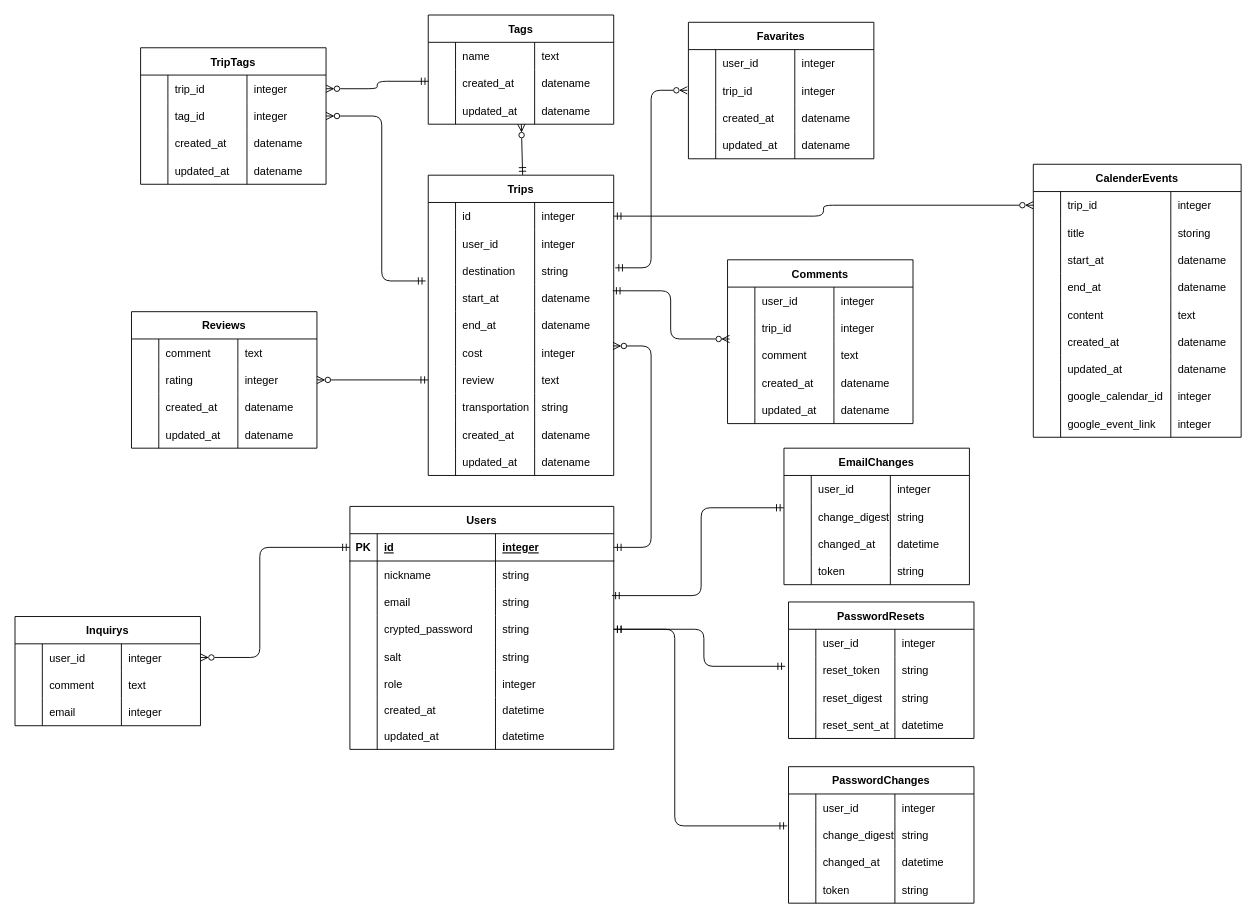
seki221/readme keeps this draw.io diagram as ER.dio. Above is the earlier version. Source tidied: cells renumbered, new cells numbered last; positions are measured from the earlier drawing's top-left corner, leaving out a move shared by most shapes. Both pictures are drawn from the tidied source at 91%, with x=0, y=0 at pixel (15, 15).
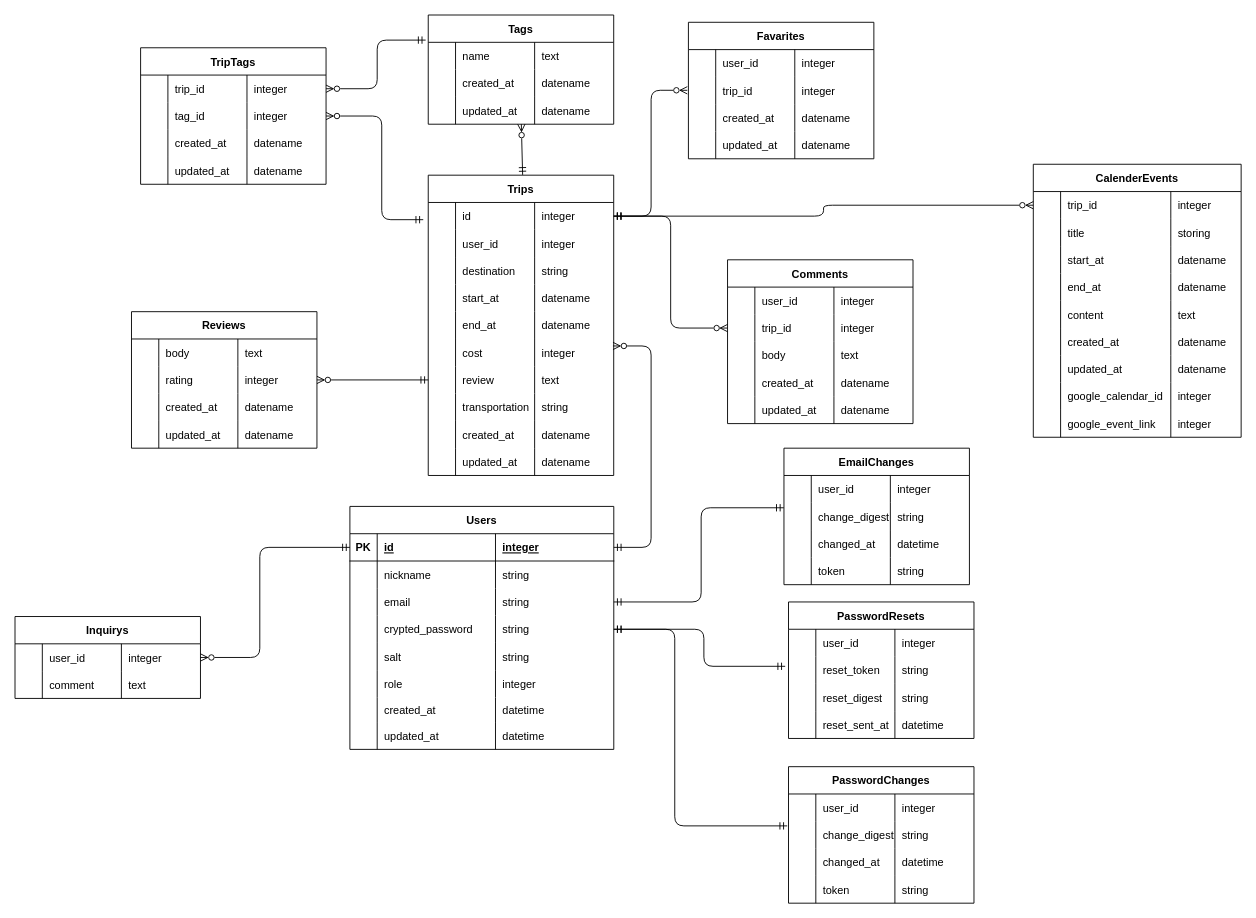
The same diagram, later.

The change refers to these unchanged cells:
```xml
<mxCell id="11" style="shape=tableRow;horizontal=0;startSize=0;swimlaneHead=0;swimlaneBody=0;fillColor=none;points=[[0,0.5],[1,0.5]];portConstraint=eastwest;top=0;left=0;right=0;bottom=0;" parent="2" vertex="1">
  <mxGeometry y="90" width="290" height="30" as="geometry" />
</mxCell>
<mxCell id="36" style="shape=tableRow;horizontal=0;startSize=0;swimlaneHead=0;swimlaneBody=0;fillColor=none;points=[[0,0.5],[1,0.5]];portConstraint=eastwest;top=0;left=0;right=0;bottom=0;" parent="35" vertex="1">
  <mxGeometry y="30" width="203.8" height="30" as="geometry" />
</mxCell>
<mxCell id="44" style="shape=tableRow;horizontal=0;startSize=0;swimlaneHead=0;swimlaneBody=0;fillColor=none;points=[[0,0.5],[1,0.5]];portConstraint=eastwest;top=0;left=0;right=0;bottom=0;" parent="35" vertex="1">
  <mxGeometry y="90" width="203.8" height="30" as="geometry" />
</mxCell>
<mxCell id="48" style="shape=tableRow;horizontal=0;startSize=0;swimlaneHead=0;swimlaneBody=0;fillColor=none;points=[[0,0.5],[1,0.5]];portConstraint=eastwest;top=0;left=0;right=0;bottom=0;" parent="35" vertex="1">
  <mxGeometry y="120" width="203.8" height="30" as="geometry" />
</mxCell>
<mxCell id="78" style="shape=tableRow;horizontal=0;startSize=0;swimlaneHead=0;swimlaneBody=0;fillColor=none;points=[[0,0.5],[1,0.5]];portConstraint=eastwest;top=0;left=0;right=0;bottom=0;" parent="77" vertex="1">
  <mxGeometry y="30" width="203.8" height="30" as="geometry" />
</mxCell>
<mxCell id="82" style="shape=tableRow;horizontal=0;startSize=0;swimlaneHead=0;swimlaneBody=0;fillColor=none;points=[[0,0.5],[1,0.5]];portConstraint=eastwest;top=0;left=0;right=0;bottom=0;" parent="77" vertex="1">
  <mxGeometry y="60" width="203.8" height="30" as="geometry" />
</mxCell>
<mxCell id="91" style="shape=tableRow;horizontal=0;startSize=0;swimlaneHead=0;swimlaneBody=0;fillColor=none;points=[[0,0.5],[1,0.5]];portConstraint=eastwest;top=0;left=0;right=0;bottom=0;" parent="90" vertex="1">
  <mxGeometry y="30" width="203.8" height="30" as="geometry" />
</mxCell>
<mxCell id="95" style="shape=tableRow;horizontal=0;startSize=0;swimlaneHead=0;swimlaneBody=0;fillColor=none;points=[[0,0.5],[1,0.5]];portConstraint=eastwest;top=0;left=0;right=0;bottom=0;" parent="90" vertex="1">
  <mxGeometry y="60" width="203.8" height="30" as="geometry" />
</mxCell>
<mxCell id="108" style="shape=tableRow;horizontal=0;startSize=0;swimlaneHead=0;swimlaneBody=0;fillColor=none;top=0;left=0;right=0;bottom=0;" parent="107" vertex="1">
  <mxGeometry y="30" width="203.8" height="30" as="geometry" />
</mxCell>
<mxCell id="142" style="shape=tableRow;horizontal=0;startSize=0;swimlaneHead=0;swimlaneBody=0;fillColor=none;points=[[0,0.5],[1,0.5]];portConstraint=eastwest;top=0;left=0;right=0;bottom=0;" parent="137" vertex="1">
  <mxGeometry y="60" width="203.8" height="30" as="geometry" />
</mxCell>
<mxCell id="146" style="shape=tableRow;horizontal=0;startSize=0;swimlaneHead=0;swimlaneBody=0;fillColor=none;points=[[0,0.5],[1,0.5]];portConstraint=eastwest;top=0;left=0;right=0;bottom=0;" parent="137" vertex="1">
  <mxGeometry y="90" width="203.8" height="30" as="geometry" />
</mxCell>
<mxCell id="163" style="shape=tableRow;horizontal=0;startSize=0;swimlaneHead=0;swimlaneBody=0;fillColor=none;points=[[0,0.5],[1,0.5]];portConstraint=eastwest;top=0;left=0;right=0;bottom=0;" parent="158" vertex="1">
  <mxGeometry y="60" width="203.8" height="30" as="geometry" />
</mxCell>
<mxCell id="251" style="shape=tableRow;horizontal=0;startSize=0;swimlaneHead=0;swimlaneBody=0;fillColor=none;points=[[0,0.5],[1,0.5]];portConstraint=eastwest;top=0;left=0;right=0;bottom=0;" parent="246" vertex="1">
  <mxGeometry y="60" width="203.8" height="30" as="geometry" />
</mxCell>
```

Diff of the diagram source:
```diff
@@
-    <mxCell id="110" value="comment" style="shape=partialRectangle;fillColor=none;top=0;left=0;bottom=0;right=0;align=left;spacingLeft=6;overflow=hidden;" parent="108" vertex="1">
+    <mxCell id="110" value="body" style="shape=partialRectangle;fillColor=none;top=0;left=0;bottom=0;right=0;align=left;spacingLeft=6;overflow=hidden;" parent="108" vertex="1">
       <mxGeometry x="30" width="86.9" height="30" as="geometry" />
     </mxCell>
@@
     <mxCell id="124" value="Inquirys" style="shape=table;startSize=30;childLayout=tableLayout;rowLines=0;fontStyle=1;align=center;" parent="1" vertex="1">
-      <mxGeometry y="661" width="203.8" height="120" as="geometry" />
+      <mxGeometry y="661" width="203.8" height="90" as="geometry" />
     </mxCell>
@@
-    <mxCell id="133" style="shape=tableRow;horizontal=0;startSize=0;swimlaneHead=0;swimlaneBody=0;fillColor=none;top=0;left=0;right=0;bottom=0;" parent="124" vertex="1">
-      <mxGeometry y="90" width="203.8" height="30" as="geometry" />
-    </mxCell>
-    <mxCell id="134" style="shape=partialRectangle;fillColor=none;top=0;left=0;bottom=0;right=0;overflow=hidden;" parent="133" vertex="1">
-      <mxGeometry width="30" height="30" as="geometry" />
-    </mxCell>
-    <mxCell id="135" value="email" style="shape=partialRectangle;fillColor=none;top=0;left=0;bottom=0;right=0;align=left;spacingLeft=6;overflow=hidden;" parent="133" vertex="1">
-      <mxGeometry x="30" width="86.9" height="30" as="geometry" />
-    </mxCell>
-    <mxCell id="136" value="integer" style="shape=partialRectangle;fillColor=none;top=0;left=0;bottom=0;right=0;align=left;spacingLeft=6;overflow=hidden;" parent="133" vertex="1">
-      <mxGeometry x="116.9" width="86.9" height="30" as="geometry" />
-    </mxCell>
@@
-    <mxCell id="148" value="comment" style="shape=partialRectangle;fillColor=none;top=0;left=0;bottom=0;right=0;align=left;spacingLeft=6;overflow=hidden;" parent="146" vertex="1">
+    <mxCell id="148" value="body" style="shape=partialRectangle;fillColor=none;top=0;left=0;bottom=0;right=0;align=left;spacingLeft=6;overflow=hidden;" parent="146" vertex="1">
       <mxGeometry x="30" width="86.9" height="30" as="geometry" />
     </mxCell>
@@
-    <mxCell id="263" style="edgeStyle=orthogonalEdgeStyle;fontSize=12;html=1;endArrow=ERzeroToMany;startArrow=ERmandOne;entryX=0.011;entryY=-0.1;entryDx=0;entryDy=0;entryPerimeter=0;endFill=0;exitX=0.995;exitY=0.235;exitDx=0;exitDy=0;exitPerimeter=0;" parent="1" edge="1" source="48" target="146">
+    <mxCell id="263" style="edgeStyle=orthogonalEdgeStyle;fontSize=12;html=1;endArrow=ERzeroToMany;startArrow=ERmandOne;endFill=0;" parent="1" edge="1" source="36" target="142">
       <mxGeometry relative="1" as="geometry" />
     </mxCell>
-    <mxCell id="264" style="edgeStyle=orthogonalEdgeStyle;fontSize=12;html=1;endArrow=ERzeroToMany;startArrow=ERmandOne;entryX=-0.006;entryY=0.491;entryDx=0;entryDy=0;entryPerimeter=0;endFill=0;exitX=1.008;exitY=0.393;exitDx=0;exitDy=0;exitPerimeter=0;" parent="1" edge="1" source="44" target="163">
+    <mxCell id="264" style="edgeStyle=orthogonalEdgeStyle;fontSize=12;html=1;endArrow=ERzeroToMany;startArrow=ERmandOne;entryX=-0.006;entryY=0.491;entryDx=0;entryDy=0;entryPerimeter=0;endFill=0;" parent="1" edge="1" source="36" target="163">
       <mxGeometry relative="1" as="geometry" />
     </mxCell>
@@
-    <mxCell id="266" style="fontSize=12;html=1;endArrow=ERzeroToMany;startArrow=ERmandOne;endFill=0;exitX=0.002;exitY=0.428;exitDx=0;exitDy=0;exitPerimeter=0;edgeStyle=orthogonalEdgeStyle;" parent="1" edge="1" source="82" target="91">
+    <mxCell id="266" style="fontSize=12;html=1;endArrow=ERzeroToMany;startArrow=ERmandOne;endFill=0;exitX=-0.014;exitY=-0.081;exitDx=0;exitDy=0;exitPerimeter=0;edgeStyle=orthogonalEdgeStyle;" parent="1" edge="1" source="78" target="91">
       <mxGeometry relative="1" as="geometry" />
     </mxCell>
-    <mxCell id="267" style="fontSize=12;html=1;endArrow=ERzeroToMany;startArrow=ERmandOne;endFill=0;edgeStyle=elbowEdgeStyle;exitX=-0.014;exitY=0.875;exitDx=0;exitDy=0;exitPerimeter=0;" parent="1" edge="1" source="44" target="95">
+    <mxCell id="267" style="fontSize=12;html=1;endArrow=ERzeroToMany;startArrow=ERmandOne;endFill=0;edgeStyle=elbowEdgeStyle;exitX=-0.027;exitY=0.63;exitDx=0;exitDy=0;exitPerimeter=0;" parent="1" edge="1" source="36" target="95">
       <mxGeometry relative="1" as="geometry">
         <Array as="points">
           <mxPoint x="403" y="187" />
         </Array>
       </mxGeometry>
     </mxCell>
-    <mxCell id="268" style="edgeStyle=elbowEdgeStyle;fontSize=12;html=1;endArrow=ERmandOne;startArrow=ERmandOne;entryX=-0.001;entryY=0.183;entryDx=0;entryDy=0;entryPerimeter=0;endFill=0;" parent="1" edge="1" target="251">
+    <mxCell id="268" style="edgeStyle=elbowEdgeStyle;fontSize=12;html=1;endArrow=ERmandOne;startArrow=ERmandOne;entryX=-0.001;entryY=0.183;entryDx=0;entryDy=0;entryPerimeter=0;endFill=0;" parent="1" edge="1" source="11" target="251">
       <mxGeometry relative="1" as="geometry">
-        <mxPoint x="656" y="638" as="sourcePoint" />
         <Array as="points">
           <mxPoint x="754" y="551" />
           <mxPoint x="887" y="883.5" />
           <mxPoint x="820" y="1389.5" />
         </Array>
       </mxGeometry>
     </mxCell>
```
